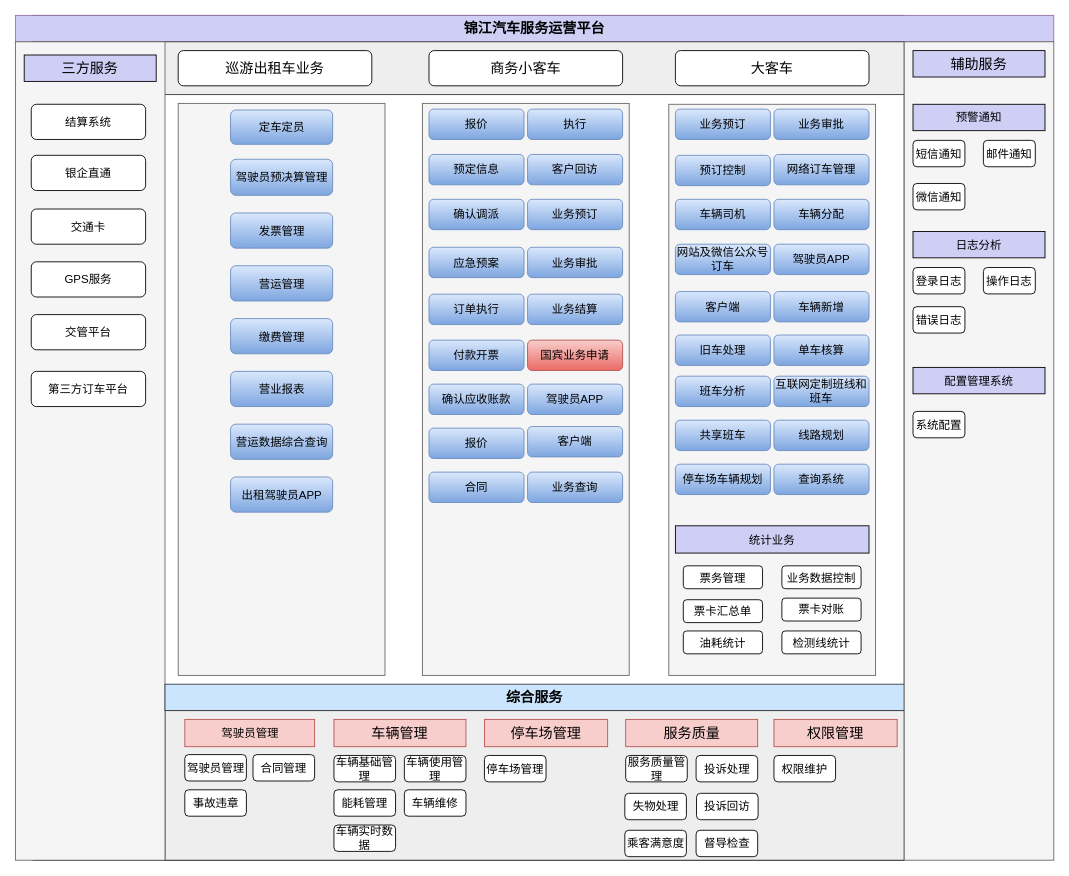
Before: 汽车公司业务流程图.drawio in ammengke/my-drawio, a draw.io diagram. Source tidied: cells renumbered, new cells numbered last; positions are measured from the earlier drawing's top-left corner, leaving out a move shared by most shapes. Both pictures are drawn from the tidied source at 88%, with x=0, y=0 at pixel (15, 15).
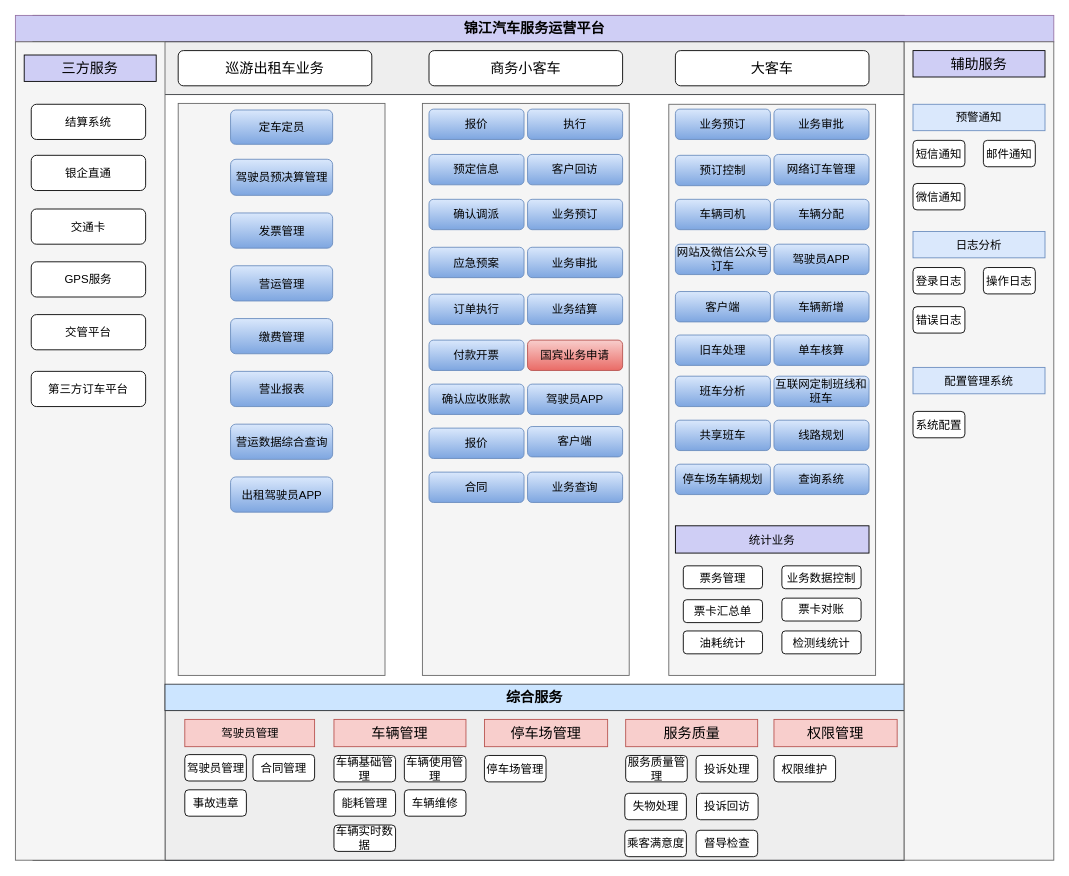
The same diagram, later.

Commit message:
Update 汽车公司业务流程图.drawio

What changed in the source:
```diff
@@
-    <mxCell id="95" value="预警通知" style="rounded=0;whiteSpace=wrap;html=1;fontSize=13;fillColor=#CFCEF5;" parent="1" vertex="1">
+    <mxCell id="95" value="预警通知" style="rounded=0;whiteSpace=wrap;html=1;fontSize=13;fillColor=#dae8fc;strokeColor=#6c8ebf;" parent="1" vertex="1">
       <mxGeometry x="1020" y="101" width="150" height="30" as="geometry" />
     </mxCell>
@@
-    <mxCell id="98" value="日志分析" style="rounded=0;whiteSpace=wrap;html=1;fontSize=13;fillColor=#CFCEF5;" parent="1" vertex="1">
+    <mxCell id="98" value="日志分析" style="rounded=0;whiteSpace=wrap;html=1;fontSize=13;fillColor=#dae8fc;strokeColor=#6c8ebf;" parent="1" vertex="1">
       <mxGeometry x="1020" y="245.5" width="150" height="30" as="geometry" />
     </mxCell>
@@
-    <mxCell id="102" value="配置管理系统" style="rounded=0;whiteSpace=wrap;html=1;fontSize=13;fillColor=#CFCEF5;" parent="1" vertex="1">
+    <mxCell id="102" value="配置管理系统" style="rounded=0;whiteSpace=wrap;html=1;fontSize=13;fillColor=#dae8fc;strokeColor=#6c8ebf;" parent="1" vertex="1">
       <mxGeometry x="1020" y="400" width="150" height="30" as="geometry" />
     </mxCell>
```
